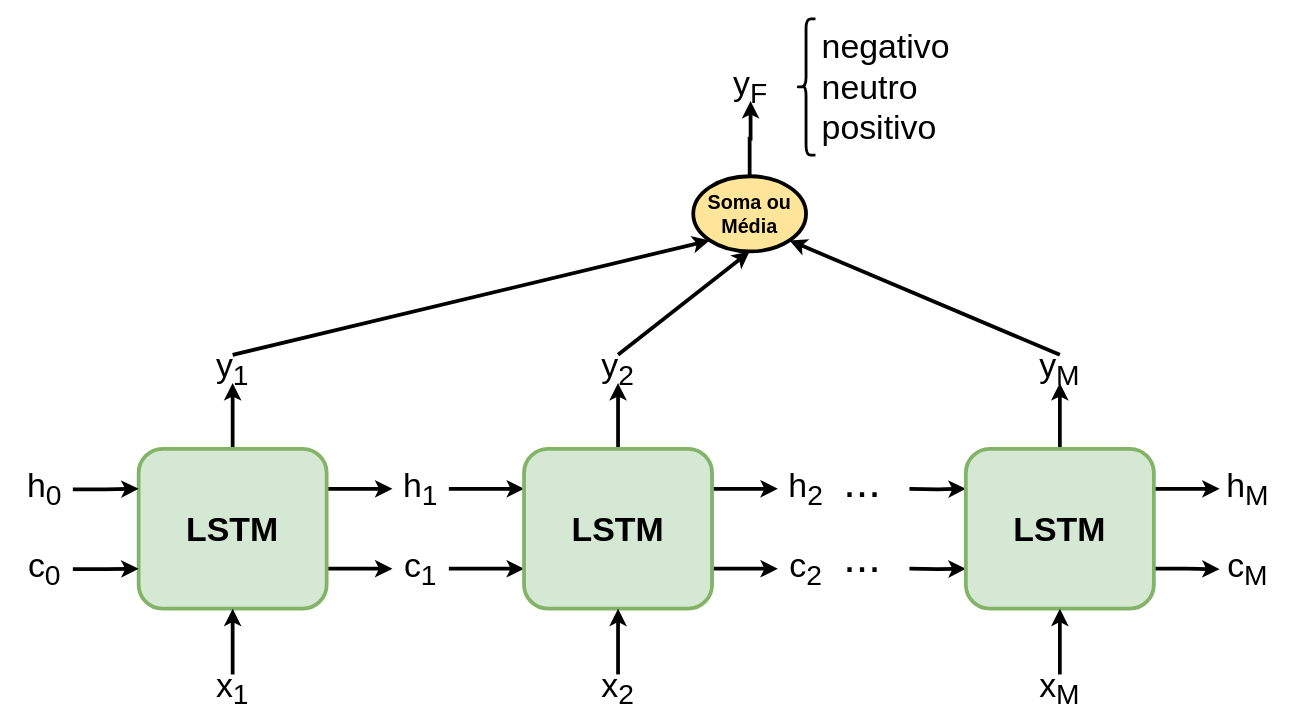
Before: lstm_encoding_02.drawio in viniciusrpb/drawio_flowcharts, a draw.io diagram. Source tidied: cells renumbered, new cells numbered last; positions are measured from the earlier drawing's top-left corner, leaving out a move shared by most shapes. Both pictures are drawn from the tidied source at 94%, with x=0, y=0 at pixel (16, 18).
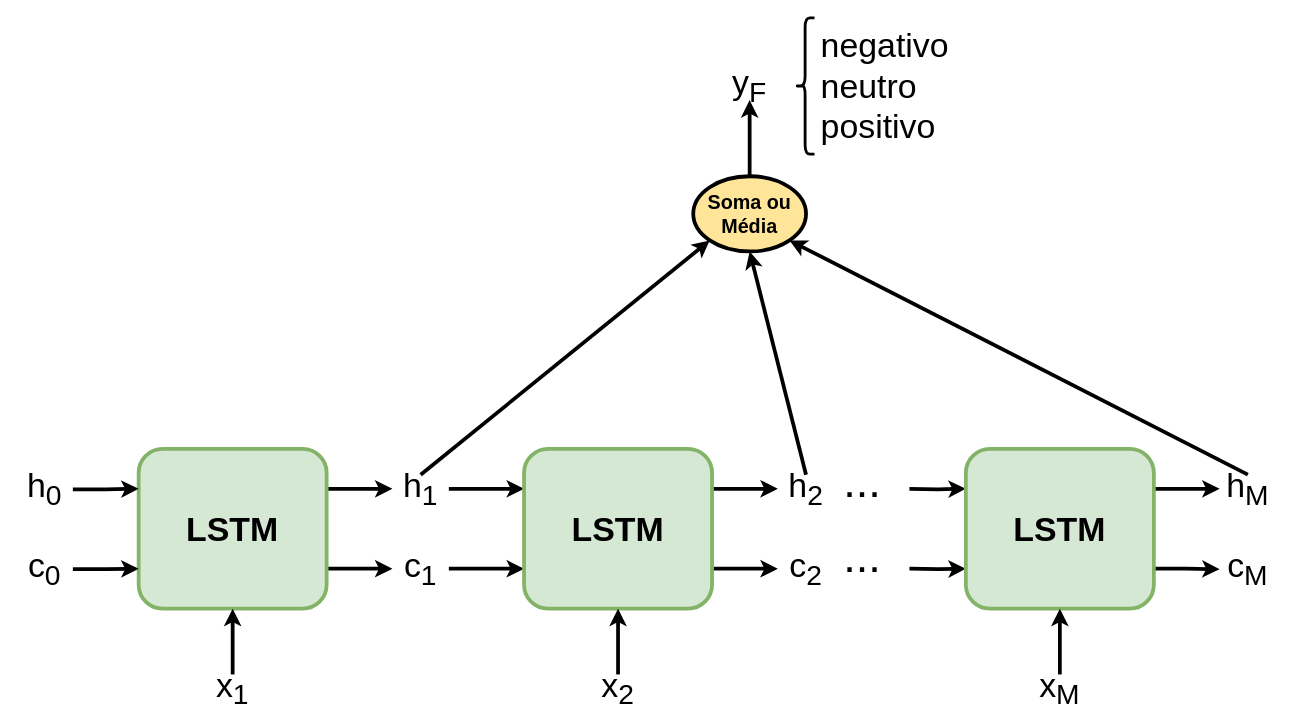
Above is the later version.

Unchanged cells that the change refers to:
```xml
<mxCell id="5" value="LSTM" style="rounded=1;whiteSpace=wrap;html=1;fillColor=#d5e8d4;strokeColor=#82b366;strokeWidth=4;fontSize=36;fontStyle=1;" parent="1" vertex="1">
  <mxGeometry x="130" y="458" width="200" height="170" as="geometry" />
</mxCell>
<mxCell id="15" value="h&lt;sub&gt;1&lt;/sub&gt;" style="text;html=1;align=center;verticalAlign=middle;whiteSpace=wrap;rounded=0;fontSize=36;" parent="1" vertex="1">
  <mxGeometry x="400" y="485.5" width="60" height="30" as="geometry" />
</mxCell>
<mxCell id="19" value="LSTM" style="rounded=1;whiteSpace=wrap;html=1;fillColor=#d5e8d4;strokeColor=#82b366;strokeWidth=4;fontSize=36;fontStyle=1;" parent="1" vertex="1">
  <mxGeometry x="540" y="458" width="200" height="170" as="geometry" />
</mxCell>
<mxCell id="25" value="h&lt;sub&gt;2&lt;/sub&gt;" style="text;html=1;align=center;verticalAlign=middle;whiteSpace=wrap;rounded=0;fontSize=36;" parent="1" vertex="1">
  <mxGeometry x="810" y="485.5" width="60" height="30" as="geometry" />
</mxCell>
<mxCell id="29" value="LSTM" style="rounded=1;whiteSpace=wrap;html=1;fillColor=#d5e8d4;strokeColor=#82b366;strokeWidth=4;fontSize=36;fontStyle=1;" parent="1" vertex="1">
  <mxGeometry x="1010" y="458" width="200" height="170" as="geometry" />
</mxCell>
<mxCell id="33" value="h&lt;sub&gt;M&lt;/sub&gt;" style="text;html=1;align=center;verticalAlign=middle;whiteSpace=wrap;rounded=0;fontSize=36;" parent="1" vertex="1">
  <mxGeometry x="1280" y="485.5" width="60" height="30" as="geometry" />
</mxCell>
<mxCell id="43" value="Soma ou&lt;div style=&quot;font-size: 21px;&quot;&gt;Média&lt;/div&gt;" style="ellipse;whiteSpace=wrap;html=1;strokeWidth=4;fontSize=21;fontStyle=1;fillColor=#FFE599;" parent="1" vertex="1">
  <mxGeometry x="720" y="168" width="120" height="80" as="geometry" />
</mxCell>
```

What changed in the source:
```diff
@@
-    <mxCell id="4" style="edgeStyle=orthogonalEdgeStyle;rounded=0;jettySize=auto;html=1;entryX=0.5;entryY=1;entryDx=0;entryDy=0;strokeWidth=4;" parent="1" edge="1" source="5" target="40">
-      <mxGeometry relative="1" as="geometry" />
-    </mxCell>
@@
-    <mxCell id="18" style="edgeStyle=orthogonalEdgeStyle;rounded=0;jettySize=auto;html=1;entryX=0.5;entryY=1;entryDx=0;entryDy=0;strokeWidth=4;" parent="1" edge="1" source="19" target="39">
-      <mxGeometry relative="1" as="geometry" />
-    </mxCell>
@@
-    <mxCell id="26" style="edgeStyle=orthogonalEdgeStyle;rounded=0;jettySize=auto;html=1;strokeWidth=4;" parent="1" edge="1" source="29" target="30">
-      <mxGeometry relative="1" as="geometry" />
-    </mxCell>
@@
-    <mxCell id="30" value="y&lt;sub&gt;M&lt;/sub&gt;" style="text;html=1;align=center;verticalAlign=middle;whiteSpace=wrap;rounded=0;fontSize=36;" parent="1" vertex="1">
-      <mxGeometry x="1080" y="358" width="60" height="30" as="geometry" />
-    </mxCell>
@@
     <mxCell id="37" style="shape=curlyBracket;whiteSpace=wrap;html=1;rounded=1;labelPosition=left;verticalLabelPosition=middle;align=right;verticalAlign=middle;strokeWidth=3;" parent="1" vertex="1">
-      <mxGeometry x="830" y="0.5" width="20" height="145" as="geometry" />
+      <mxGeometry x="829" y="-0.5" width="20" height="145" as="geometry" />
     </mxCell>
     <mxCell id="38" value="negativo&lt;div style=&quot;font-size: 36px;&quot;&gt;neutro&lt;/div&gt;&lt;div style=&quot;font-size: 36px;&quot;&gt;positivo&lt;/div&gt;" style="text;html=1;align=left;verticalAlign=middle;whiteSpace=wrap;rounded=0;fontSize=36;" parent="1" vertex="1">
-      <mxGeometry x="855" y="58" width="60" height="30" as="geometry" />
+      <mxGeometry x="854" y="57" width="60" height="30" as="geometry" />
     </mxCell>
-    <mxCell id="39" value="y&lt;sub&gt;2&lt;/sub&gt;" style="text;html=1;align=center;verticalAlign=middle;whiteSpace=wrap;rounded=0;fontSize=36;" parent="1" vertex="1">
-      <mxGeometry x="610" y="358" width="60" height="30" as="geometry" />
-    </mxCell>
-    <mxCell id="40" value="y&lt;sub&gt;1&lt;/sub&gt;" style="text;html=1;align=center;verticalAlign=middle;whiteSpace=wrap;rounded=0;fontSize=36;" parent="1" vertex="1">
-      <mxGeometry x="200" y="358" width="60" height="30" as="geometry" />
-    </mxCell>
-    <mxCell id="41" style="endArrow=classic;html=1;rounded=0;exitX=0.5;exitY=0;exitDx=0;exitDy=0;entryX=0;entryY=1;entryDx=0;entryDy=0;strokeWidth=4;" parent="1" edge="1" source="40" target="43">
+    <mxCell id="41" style="endArrow=classic;html=1;rounded=0;exitX=0.5;exitY=0;exitDx=0;exitDy=0;entryX=0;entryY=1;entryDx=0;entryDy=0;strokeWidth=4;" parent="1" edge="1" source="15" target="43">
       <mxGeometry relative="1" as="geometry" />
     </mxCell>
@@
-    <mxCell id="44" style="endArrow=classic;html=1;rounded=0;exitX=0.5;exitY=0;exitDx=0;exitDy=0;entryX=0.5;entryY=1;entryDx=0;entryDy=0;strokeWidth=4;" parent="1" edge="1" source="39" target="43">
+    <mxCell id="44" style="endArrow=classic;html=1;rounded=0;exitX=0.5;exitY=0;exitDx=0;exitDy=0;entryX=0.5;entryY=1;entryDx=0;entryDy=0;strokeWidth=4;" parent="1" edge="1" source="25" target="43">
       <mxGeometry relative="1" as="geometry" />
     </mxCell>
-    <mxCell id="45" style="endArrow=classic;html=1;rounded=0;exitX=0.5;exitY=0;exitDx=0;exitDy=0;entryX=1;entryY=1;entryDx=0;entryDy=0;strokeWidth=4;" parent="1" edge="1" source="30" target="43">
+    <mxCell id="45" style="endArrow=classic;html=1;rounded=0;exitX=0.5;exitY=0;exitDx=0;exitDy=0;entryX=1;entryY=1;entryDx=0;entryDy=0;strokeWidth=4;" parent="1" edge="1" source="33" target="43">
       <mxGeometry relative="1" as="geometry" />
     </mxCell>
     <mxCell id="46" value="y&lt;sub&gt;F&lt;/sub&gt;" style="text;html=1;align=center;verticalAlign=middle;whiteSpace=wrap;rounded=0;fontSize=36;" parent="1" vertex="1">
-      <mxGeometry x="751" y="58" width="60" height="30" as="geometry" />
+      <mxGeometry x="750" y="57" width="60" height="30" as="geometry" />
     </mxCell>
```
